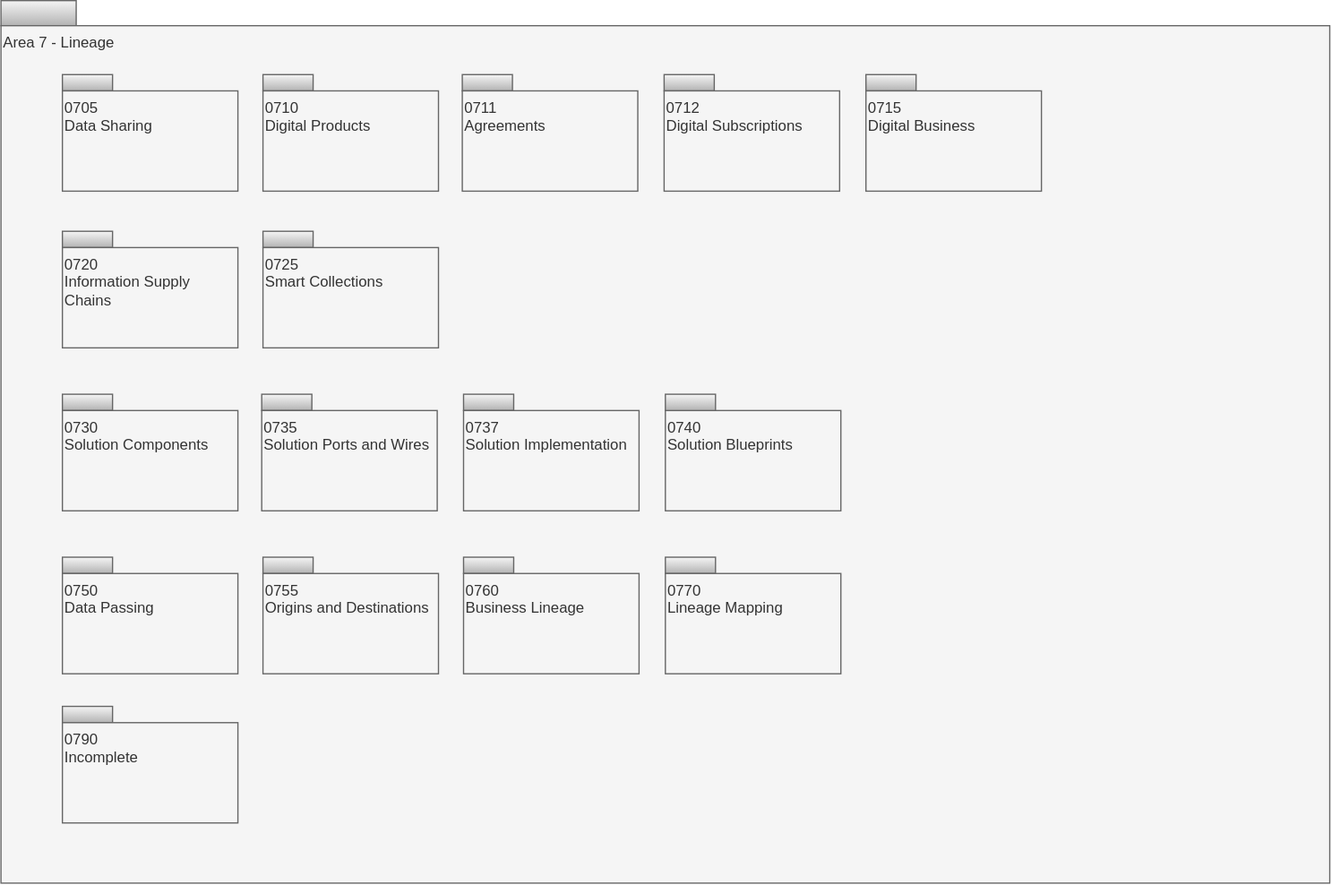
Before: site/docs/types/7/area-7-lineage-overview.svg, a diagram exported from draw.io (odpi/egeria-docs). Source tidied: cells renumbered, new cells last; positions are measured from the earlier drawing's top-left corner, leaving out a move shared by most shapes.
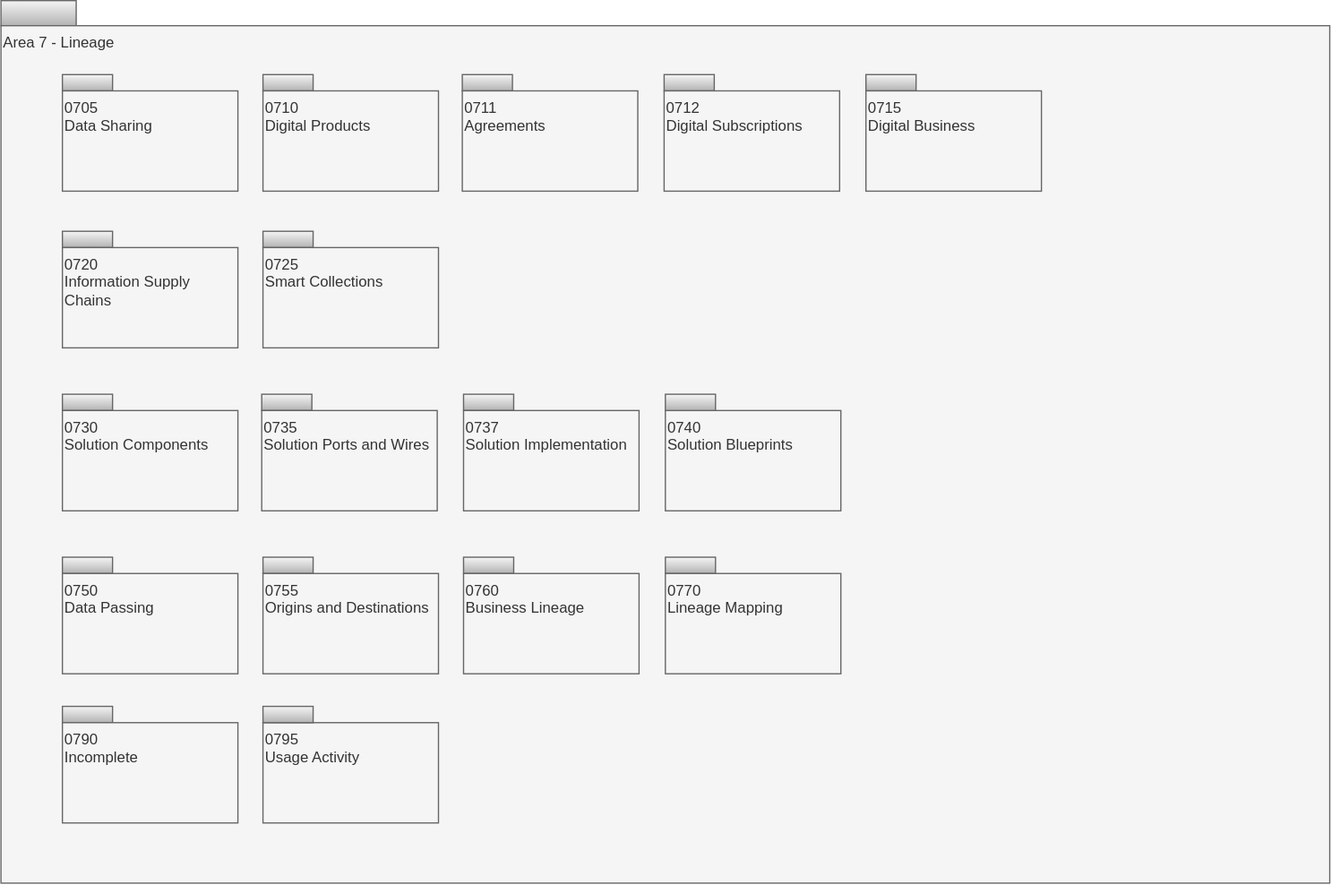
The same file after the commit.

The edit, as a diff of the source:
```diff
@@ -104,5 +104,11 @@
     <mxCell id="35" value="0725&lt;br&gt;Smart Collections" style="rounded=0;whiteSpace=wrap;html=1;align=left;verticalAlign=top;fillColor=#f5f5f5;fontColor=#333333;strokeColor=#666666;" parent="1" vertex="1">
       <mxGeometry x="209" y="197" width="140" height="80" as="geometry" />
     </mxCell>
+    <mxCell id="36" value="0795&lt;br&gt;Usage Activity" style="rounded=0;whiteSpace=wrap;html=1;align=left;verticalAlign=top;fillColor=#f5f5f5;fontColor=#333333;strokeColor=#666666;" parent="1" vertex="1">
+      <mxGeometry x="209" y="576" width="140" height="80" as="geometry" />
+    </mxCell>
+    <mxCell id="37" style="rounded=0;whiteSpace=wrap;html=1;align=left;fillColor=#f5f5f5;strokeColor=#666666;gradientColor=#b3b3b3;" parent="1" vertex="1">
+      <mxGeometry x="209" y="563" width="40" height="13" as="geometry" />
+    </mxCell>
   </root>
 </mxGraphModel>
```
